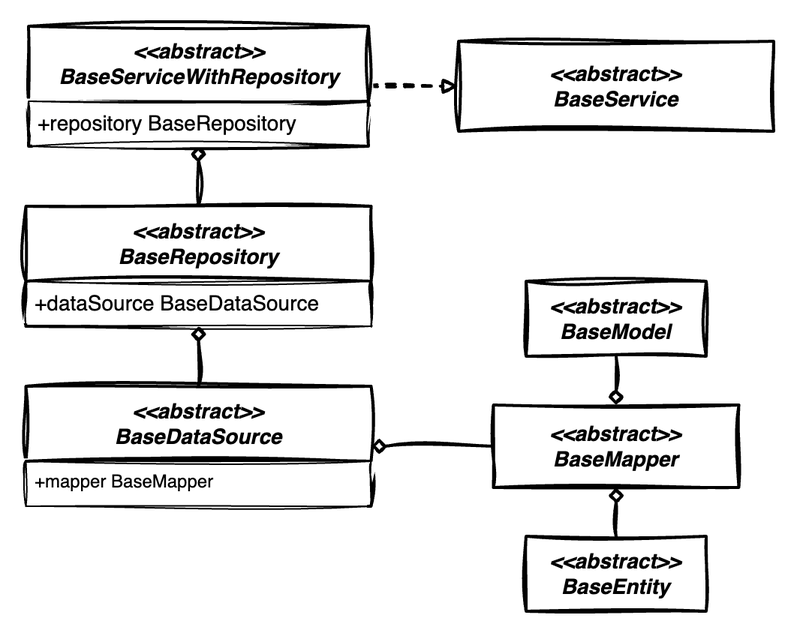
Before: core.drawio.png, a diagram exported from draw.io (hamed-rezaee/flutter_component_architecture_poc). Source tidied: cells renumbered, new cells last; positions are measured from the earlier drawing's top-left corner, leaving out a move shared by most shapes.
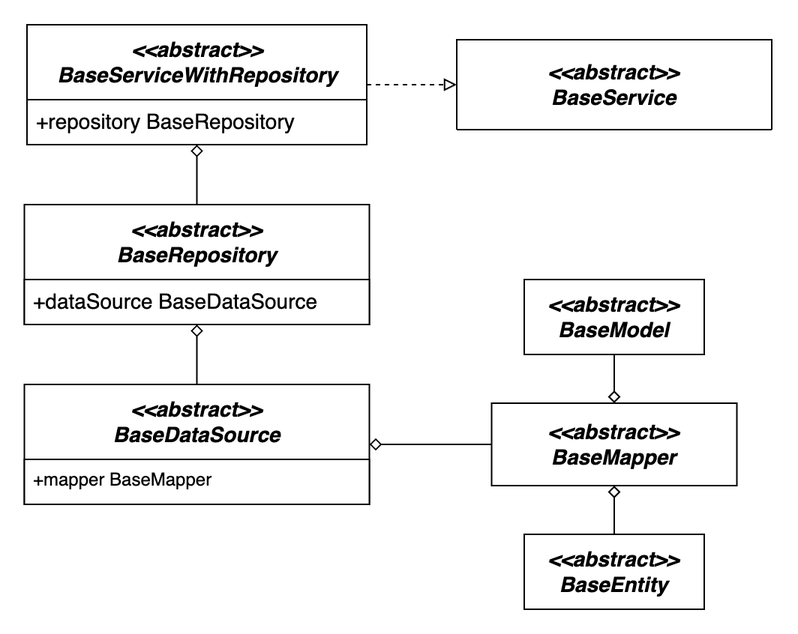
The same diagram one commit later.

Change to the diagram source:
```diff
@@ -2,52 +2,52 @@
   <root>
     <mxCell id="0" />
     <mxCell id="1" parent="0" />
-    <mxCell id="2" style="edgeStyle=orthogonalEdgeStyle;rounded=0;jettySize=auto;html=1;exitX=0.5;exitY=1;exitDx=0;exitDy=0;endArrow=diamond;endFill=0;sketch=1;curveFitting=1;jiggle=2;strokeWidth=2;entryX=0.5;entryY=0;entryDx=0;entryDy=0;" parent="1" edge="1" source="3" target="6">
+    <mxCell id="2" style="edgeStyle=orthogonalEdgeStyle;rounded=0;jettySize=auto;html=1;exitX=0.5;exitY=1;exitDx=0;exitDy=0;endArrow=diamond;endFill=0;strokeWidth=1;entryX=0.5;entryY=0;entryDx=0;entryDy=0;" parent="1" edge="1" source="3" target="6">
       <mxGeometry relative="1" as="geometry" />
     </mxCell>
-    <mxCell id="3" value="&lt;b style=&quot;border-color: var(--border-color);&quot;&gt;&lt;i style=&quot;border-color: var(--border-color);&quot;&gt;&amp;lt;&amp;lt;abstract&amp;gt;&amp;gt;&lt;br&gt;&lt;/i&gt;&lt;/b&gt;&lt;b&gt;&lt;i&gt;&lt;font style=&quot;font-size: 14px;&quot;&gt;BaseModel&lt;/font&gt;&lt;/i&gt;&lt;/b&gt;" style="rounded=0;whiteSpace=wrap;html=1;sketch=1;curveFitting=1;jiggle=2;fontSize=14;fontStyle=0;startSize=50;strokeWidth=2;shadow=0;dashed=0;arcSize=4;" parent="1" vertex="1">
+    <mxCell id="3" value="&lt;b style=&quot;border-color: var(--border-color);&quot;&gt;&lt;i style=&quot;border-color: var(--border-color);&quot;&gt;&amp;lt;&amp;lt;abstract&amp;gt;&amp;gt;&lt;br&gt;&lt;/i&gt;&lt;/b&gt;&lt;b&gt;&lt;i&gt;&lt;font style=&quot;font-size: 14px;&quot;&gt;BaseModel&lt;/font&gt;&lt;/i&gt;&lt;/b&gt;" style="rounded=0;whiteSpace=wrap;html=1;fontSize=14;fontStyle=0;startSize=50;strokeWidth=1;shadow=0;dashed=0;arcSize=4;" parent="1" vertex="1">
       <mxGeometry x="333" y="170" width="120" height="50" as="geometry" />
     </mxCell>
-    <mxCell id="4" value="&lt;b style=&quot;border-color: var(--border-color);&quot;&gt;&lt;i style=&quot;border-color: var(--border-color);&quot;&gt;&amp;lt;&amp;lt;abstract&amp;gt;&amp;gt;&lt;br&gt;&lt;/i&gt;&lt;/b&gt;&lt;b&gt;&lt;i&gt;&lt;font style=&quot;font-size: 14px;&quot;&gt;BaseEntity&lt;/font&gt;&lt;/i&gt;&lt;/b&gt;" style="rounded=0;whiteSpace=wrap;html=1;sketch=1;curveFitting=1;jiggle=2;fontSize=14;fontStyle=0;startSize=50;strokeWidth=2;shadow=0;dashed=0;arcSize=4;" parent="1" vertex="1">
+    <mxCell id="4" value="&lt;b style=&quot;border-color: var(--border-color);&quot;&gt;&lt;i style=&quot;border-color: var(--border-color);&quot;&gt;&amp;lt;&amp;lt;abstract&amp;gt;&amp;gt;&lt;br&gt;&lt;/i&gt;&lt;/b&gt;&lt;b&gt;&lt;i&gt;&lt;font style=&quot;font-size: 14px;&quot;&gt;BaseEntity&lt;/font&gt;&lt;/i&gt;&lt;/b&gt;" style="rounded=0;whiteSpace=wrap;html=1;fontSize=14;fontStyle=0;startSize=50;strokeWidth=1;shadow=0;dashed=0;arcSize=4;" parent="1" vertex="1">
       <mxGeometry x="333" y="340" width="120" height="50" as="geometry" />
     </mxCell>
-    <mxCell id="5" style="edgeStyle=orthogonalEdgeStyle;rounded=0;jettySize=auto;html=1;entryX=1;entryY=0.5;entryDx=0;entryDy=0;endArrow=diamond;endFill=0;sketch=1;curveFitting=1;jiggle=2;strokeWidth=2;" parent="1" edge="1" source="6" target="14">
+    <mxCell id="5" style="edgeStyle=orthogonalEdgeStyle;rounded=0;jettySize=auto;html=1;entryX=1;entryY=0.5;entryDx=0;entryDy=0;endArrow=diamond;endFill=0;strokeWidth=1;" parent="1" edge="1" source="6" target="14">
       <mxGeometry relative="1" as="geometry" />
     </mxCell>
-    <mxCell id="6" value="&lt;b&gt;&lt;i&gt;&lt;font style=&quot;font-size: 14px;&quot;&gt;&amp;lt;&amp;lt;abstract&amp;gt;&amp;gt;&lt;br&gt;BaseMapper&lt;br&gt;&lt;/font&gt;&lt;/i&gt;&lt;/b&gt;" style="rounded=0;whiteSpace=wrap;html=1;sketch=1;curveFitting=1;jiggle=2;fontSize=14;fontStyle=0;startSize=50;strokeWidth=2;shadow=0;dashed=0;arcSize=4;" parent="1" vertex="1">
+    <mxCell id="6" value="&lt;b&gt;&lt;i&gt;&lt;font style=&quot;font-size: 14px;&quot;&gt;&amp;lt;&amp;lt;abstract&amp;gt;&amp;gt;&lt;br&gt;BaseMapper&lt;br&gt;&lt;/font&gt;&lt;/i&gt;&lt;/b&gt;" style="rounded=0;whiteSpace=wrap;html=1;fontSize=14;fontStyle=0;startSize=50;strokeWidth=1;shadow=0;dashed=0;arcSize=4;" parent="1" vertex="1">
       <mxGeometry x="311.2" y="252.5" width="163.5" height="55" as="geometry" />
     </mxCell>
-    <mxCell id="7" style="edgeStyle=orthogonalEdgeStyle;rounded=0;jettySize=auto;html=1;exitX=0.5;exitY=0;exitDx=0;exitDy=0;entryX=0.5;entryY=1;entryDx=0;entryDy=0;endArrow=diamond;endFill=0;sketch=1;curveFitting=1;jiggle=2;strokeWidth=2;" parent="1" edge="1" source="8" target="12">
+    <mxCell id="7" style="edgeStyle=orthogonalEdgeStyle;rounded=0;jettySize=auto;html=1;exitX=0.5;exitY=0;exitDx=0;exitDy=0;entryX=0.5;entryY=1;entryDx=0;entryDy=0;endArrow=diamond;endFill=0;strokeWidth=1;" parent="1" edge="1" source="8" target="12">
       <mxGeometry relative="1" as="geometry" />
     </mxCell>
-    <mxCell id="8" value="&lt;b style=&quot;border-color: var(--border-color); font-size: 12px;&quot;&gt;&lt;i style=&quot;border-color: var(--border-color);&quot;&gt;&lt;font style=&quot;border-color: var(--border-color); font-size: 14px;&quot;&gt;&amp;lt;&amp;lt;abstract&amp;gt;&amp;gt;&lt;br style=&quot;border-color: var(--border-color);&quot;&gt;BaseRepository&lt;/font&gt;&lt;/i&gt;&lt;/b&gt;" style="swimlane;horizontal=1;startSize=50;rounded=0;fontSize=14;fontStyle=0;strokeWidth=2;shadow=0;dashed=0;align=center;arcSize=4;whiteSpace=wrap;html=1;fillStyle=auto;sketch=1;curveFitting=1;jiggle=2;swimlaneFillColor=default;swimlaneLine=1;glass=0;" parent="1" vertex="1">
+    <mxCell id="8" value="&lt;b style=&quot;border-color: var(--border-color); font-size: 12px;&quot;&gt;&lt;i style=&quot;border-color: var(--border-color);&quot;&gt;&lt;font style=&quot;border-color: var(--border-color); font-size: 14px;&quot;&gt;&amp;lt;&amp;lt;abstract&amp;gt;&amp;gt;&lt;br style=&quot;border-color: var(--border-color);&quot;&gt;BaseRepository&lt;/font&gt;&lt;/i&gt;&lt;/b&gt;" style="swimlane;horizontal=1;startSize=50;rounded=0;fontSize=14;fontStyle=0;strokeWidth=1;shadow=0;dashed=0;align=center;arcSize=4;whiteSpace=wrap;html=1;fillStyle=auto;swimlaneFillColor=default;swimlaneLine=1;glass=0;" parent="1" vertex="1">
       <mxGeometry x="-0.2" y="120" width="230" height="80" as="geometry" />
     </mxCell>
-    <mxCell id="9" value="&lt;font style=&quot;font-size: 14px;&quot;&gt;+dataSource BaseDataSource&lt;/font&gt;" style="align=left;spacingLeft=4;fontSize=12;verticalAlign=top;html=1;sketch=1;curveFitting=1;jiggle=2;labelBackgroundColor=none;" parent="8" vertex="1">
+    <mxCell id="9" value="&lt;font style=&quot;font-size: 14px;&quot;&gt;+dataSource BaseDataSource&lt;/font&gt;" style="align=left;spacingLeft=4;fontSize=12;verticalAlign=top;html=1;labelBackgroundColor=none;strokeWidth=1;" parent="8" vertex="1">
       <mxGeometry y="50" width="230" height="30" as="geometry" />
     </mxCell>
-    <mxCell id="10" style="edgeStyle=orthogonalEdgeStyle;rounded=0;jettySize=auto;html=1;exitX=1;exitY=0.5;exitDx=0;exitDy=0;entryX=0;entryY=0.5;entryDx=0;entryDy=0;endArrow=block;endFill=0;dashed=1;sketch=1;curveFitting=1;jiggle=2;strokeWidth=2;" parent="1" edge="1" source="11" target="16">
+    <mxCell id="10" style="edgeStyle=orthogonalEdgeStyle;rounded=0;jettySize=auto;html=1;exitX=1;exitY=0.5;exitDx=0;exitDy=0;entryX=0;entryY=0.5;entryDx=0;entryDy=0;endArrow=block;endFill=0;dashed=1;strokeWidth=1;" parent="1" edge="1" source="11" target="16">
       <mxGeometry relative="1" as="geometry" />
     </mxCell>
-    <mxCell id="11" value="&lt;b style=&quot;border-color: var(--border-color); font-size: 12px;&quot;&gt;&lt;i style=&quot;border-color: var(--border-color);&quot;&gt;&lt;font style=&quot;border-color: var(--border-color); font-size: 14px;&quot;&gt;&amp;lt;&amp;lt;abstract&amp;gt;&amp;gt;&lt;br style=&quot;border-color: var(--border-color);&quot;&gt;BaseServiceWithRepository&lt;/font&gt;&lt;/i&gt;&lt;/b&gt;" style="swimlane;horizontal=1;startSize=50;rounded=0;fontSize=14;fontStyle=0;strokeWidth=2;shadow=0;dashed=0;align=center;arcSize=4;whiteSpace=wrap;html=1;swimlaneFillColor=default;gradientColor=none;swimlaneHead=1;swimlaneLine=1;sketch=1;curveFitting=1;jiggle=2;" parent="1" vertex="1">
+    <mxCell id="11" value="&lt;b style=&quot;border-color: var(--border-color); font-size: 12px;&quot;&gt;&lt;i style=&quot;border-color: var(--border-color);&quot;&gt;&lt;font style=&quot;border-color: var(--border-color); font-size: 14px;&quot;&gt;&amp;lt;&amp;lt;abstract&amp;gt;&amp;gt;&lt;br style=&quot;border-color: var(--border-color);&quot;&gt;BaseServiceWithRepository&lt;/font&gt;&lt;/i&gt;&lt;/b&gt;" style="swimlane;horizontal=1;startSize=50;rounded=0;fontSize=14;fontStyle=0;strokeWidth=1;shadow=0;dashed=0;align=center;arcSize=4;whiteSpace=wrap;html=1;swimlaneFillColor=default;gradientColor=none;swimlaneHead=1;swimlaneLine=1;" parent="1" vertex="1">
       <mxGeometry x="1.5" width="226.5" height="80" as="geometry" />
     </mxCell>
-    <mxCell id="12" value="&lt;font style=&quot;font-size: 14px;&quot;&gt;+repository BaseRepository&lt;/font&gt;" style="align=left;spacingLeft=4;fontSize=12;verticalAlign=top;html=1;sketch=1;curveFitting=1;jiggle=2;" parent="11" vertex="1">
+    <mxCell id="12" value="&lt;font style=&quot;font-size: 14px;&quot;&gt;+repository BaseRepository&lt;/font&gt;" style="align=left;spacingLeft=4;fontSize=12;verticalAlign=top;html=1;strokeWidth=1;" parent="11" vertex="1">
       <mxGeometry y="50" width="226.5" height="30" as="geometry" />
     </mxCell>
-    <mxCell id="13" style="edgeStyle=orthogonalEdgeStyle;rounded=0;jettySize=auto;html=1;exitX=0.5;exitY=0;exitDx=0;exitDy=0;entryX=0.5;entryY=1;entryDx=0;entryDy=0;endArrow=diamond;endFill=0;sketch=1;curveFitting=1;jiggle=2;strokeWidth=2;" parent="1" edge="1" source="14" target="9">
+    <mxCell id="13" style="edgeStyle=orthogonalEdgeStyle;rounded=0;jettySize=auto;html=1;exitX=0.5;exitY=0;exitDx=0;exitDy=0;entryX=0.5;entryY=1;entryDx=0;entryDy=0;endArrow=diamond;endFill=0;strokeWidth=1;" parent="1" edge="1" source="14" target="9">
       <mxGeometry relative="1" as="geometry" />
     </mxCell>
-    <mxCell id="14" value="&lt;b style=&quot;border-color: var(--border-color);&quot;&gt;&lt;i style=&quot;border-color: var(--border-color);&quot;&gt;&amp;lt;&amp;lt;abstract&amp;gt;&amp;gt;&lt;br style=&quot;border-color: var(--border-color);&quot;&gt;BaseDataSource&lt;/i&gt;&lt;/b&gt;" style="swimlane;horizontal=1;startSize=50;rounded=0;fontSize=14;fontStyle=0;strokeWidth=2;shadow=0;dashed=0;align=center;arcSize=4;whiteSpace=wrap;html=1;fillStyle=auto;sketch=1;curveFitting=1;jiggle=2;swimlaneFillColor=default;swimlaneLine=1;glass=0;" parent="1" vertex="1">
+    <mxCell id="14" value="&lt;b style=&quot;border-color: var(--border-color);&quot;&gt;&lt;i style=&quot;border-color: var(--border-color);&quot;&gt;&amp;lt;&amp;lt;abstract&amp;gt;&amp;gt;&lt;br style=&quot;border-color: var(--border-color);&quot;&gt;BaseDataSource&lt;/i&gt;&lt;/b&gt;" style="swimlane;horizontal=1;startSize=50;rounded=0;fontSize=14;fontStyle=0;strokeWidth=1;shadow=0;dashed=0;align=center;arcSize=4;whiteSpace=wrap;html=1;fillStyle=auto;swimlaneFillColor=default;swimlaneLine=1;glass=0;" parent="1" vertex="1">
       <mxGeometry x="-0.2" y="240" width="230" height="80" as="geometry" />
     </mxCell>
-    <mxCell id="15" value="+mapper BaseMapper" style="align=left;spacingLeft=4;fontSize=12;verticalAlign=top;html=1;sketch=1;curveFitting=1;jiggle=2;labelBackgroundColor=none;" parent="14" vertex="1">
+    <mxCell id="15" value="+mapper BaseMapper" style="align=left;spacingLeft=4;fontSize=12;verticalAlign=top;html=1;labelBackgroundColor=none;strokeWidth=1;" parent="14" vertex="1">
       <mxGeometry y="50" width="230" height="30" as="geometry" />
     </mxCell>
-    <mxCell id="16" value="&lt;b style=&quot;border-color: var(--border-color); font-size: 12px;&quot;&gt;&lt;i style=&quot;border-color: var(--border-color);&quot;&gt;&lt;font style=&quot;border-color: var(--border-color); font-size: 14px;&quot;&gt;&amp;lt;&amp;lt;abstract&amp;gt;&amp;gt;&lt;br style=&quot;border-color: var(--border-color);&quot;&gt;BaseService&lt;/font&gt;&lt;/i&gt;&lt;/b&gt;" style="swimlane;horizontal=1;startSize=80;rounded=0;fontSize=14;fontStyle=0;strokeWidth=2;shadow=0;dashed=0;align=center;arcSize=4;whiteSpace=wrap;html=1;sketch=1;curveFitting=1;jiggle=2;swimlaneFillColor=default;" parent="1" vertex="1">
+    <mxCell id="16" value="&lt;b style=&quot;border-color: var(--border-color); font-size: 12px;&quot;&gt;&lt;i style=&quot;border-color: var(--border-color);&quot;&gt;&lt;font style=&quot;border-color: var(--border-color); font-size: 14px;&quot;&gt;&amp;lt;&amp;lt;abstract&amp;gt;&amp;gt;&lt;br style=&quot;border-color: var(--border-color);&quot;&gt;BaseService&lt;/font&gt;&lt;/i&gt;&lt;/b&gt;" style="swimlane;horizontal=1;startSize=80;rounded=0;fontSize=14;fontStyle=0;strokeWidth=1;shadow=0;dashed=0;align=center;arcSize=4;whiteSpace=wrap;html=1;swimlaneFillColor=default;" parent="1" vertex="1">
       <mxGeometry x="288" y="10" width="210" height="60" as="geometry" />
     </mxCell>
-    <mxCell id="17" style="edgeStyle=orthogonalEdgeStyle;rounded=0;jettySize=auto;html=1;exitX=0.5;exitY=0;exitDx=0;exitDy=0;endArrow=diamond;endFill=0;sketch=1;curveFitting=1;jiggle=2;strokeWidth=2;entryX=0.5;entryY=1;entryDx=0;entryDy=0;" parent="1" edge="1" source="4" target="6">
+    <mxCell id="17" style="edgeStyle=orthogonalEdgeStyle;rounded=0;jettySize=auto;html=1;exitX=0.5;exitY=0;exitDx=0;exitDy=0;endArrow=diamond;endFill=0;strokeWidth=1;entryX=0.5;entryY=1;entryDx=0;entryDy=0;" parent="1" edge="1" source="4" target="6">
       <mxGeometry relative="1" as="geometry" />
     </mxCell>
   </root>
```
